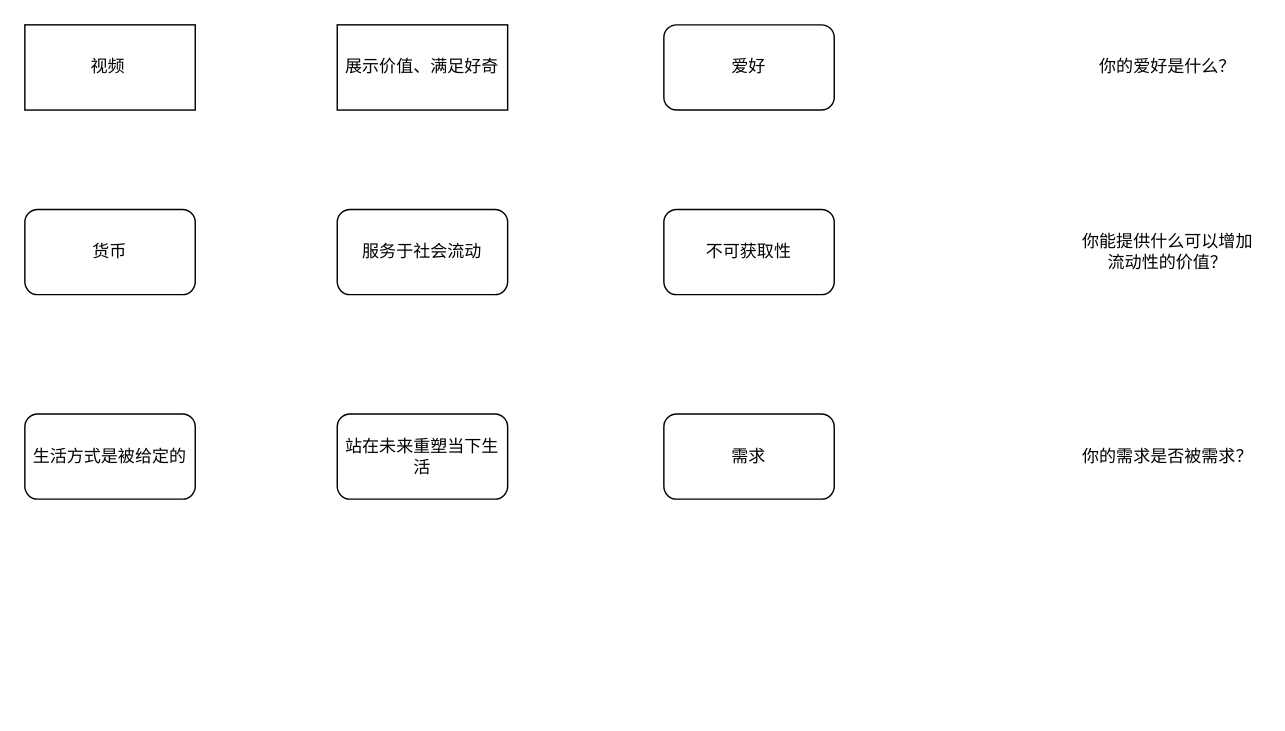
The draw.io diagram 思考.drawio in dds0414/drawio, before the edit. Source tidied: cells renumbered, new cells numbered last; positions are measured from the earlier drawing's top-left corner, leaving out a move shared by most shapes. Both pictures are drawn from the tidied source at 142%, with x=0, y=0 at pixel (24, 24).
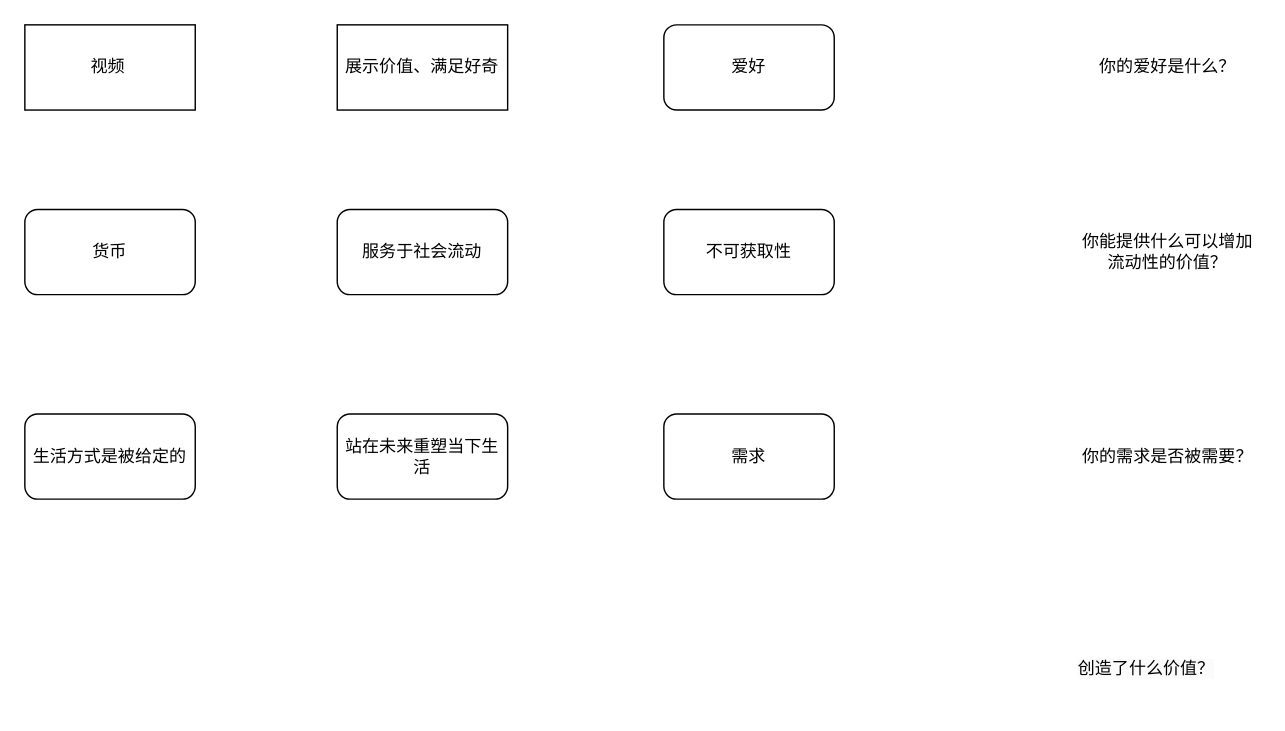
After the change.

The edit, as a diff of the source:
```diff
@@
 <mxGraphModel>
   <root>
     <mxCell id="0" />
     <mxCell id="1" parent="0" />
     <mxCell id="2" value="视频&lt;span style=&quot;white-space: pre;&quot;&gt;&#9;&lt;/span&gt;" style="rounded=0;whiteSpace=wrap;html=1;" parent="1" vertex="1">
       <mxGeometry width="120" height="60" as="geometry" />
     </mxCell>
     <mxCell id="3" value="展示价值、满足好奇" style="rounded=0;whiteSpace=wrap;html=1;" parent="1" vertex="1">
       <mxGeometry x="220" width="120" height="60" as="geometry" />
     </mxCell>
     <mxCell id="4" value="爱好" style="rounded=1;whiteSpace=wrap;html=1;" parent="1" vertex="1">
       <mxGeometry x="450" width="120" height="60" as="geometry" />
     </mxCell>
     <mxCell id="5" value="你的爱好是什么？" style="text;html=1;strokeColor=none;fillColor=none;align=center;verticalAlign=middle;whiteSpace=wrap;rounded=0;" parent="1" vertex="1">
       <mxGeometry x="740" y="15" width="130" height="30" as="geometry" />
     </mxCell>
     <mxCell id="6" value="货币" style="rounded=1;whiteSpace=wrap;html=1;" parent="1" vertex="1">
       <mxGeometry y="130" width="120" height="60" as="geometry" />
     </mxCell>
     <mxCell id="7" value="服务于社会流动" style="rounded=1;whiteSpace=wrap;html=1;" parent="1" vertex="1">
       <mxGeometry x="220" y="130" width="120" height="60" as="geometry" />
     </mxCell>
     <mxCell id="8" value="不可获取性" style="rounded=1;whiteSpace=wrap;html=1;" parent="1" vertex="1">
       <mxGeometry x="450" y="130" width="120" height="60" as="geometry" />
     </mxCell>
     <mxCell id="9" value="你能提供什么可以增加流动性的价值？" style="text;html=1;strokeColor=none;fillColor=none;align=center;verticalAlign=middle;whiteSpace=wrap;rounded=0;" parent="1" vertex="1">
       <mxGeometry x="740" y="145" width="130" height="30" as="geometry" />
     </mxCell>
     <mxCell id="10" value="生活方式是被给定的" style="rounded=1;whiteSpace=wrap;html=1;" parent="1" vertex="1">
       <mxGeometry y="274" width="120" height="60" as="geometry" />
     </mxCell>
     <mxCell id="11" value="站在未来重塑当下生活" style="rounded=1;whiteSpace=wrap;html=1;" parent="1" vertex="1">
       <mxGeometry x="220" y="274" width="120" height="60" as="geometry" />
     </mxCell>
     <mxCell id="12" value="需求" style="rounded=1;whiteSpace=wrap;html=1;" parent="1" vertex="1">
       <mxGeometry x="450" y="274" width="120" height="60" as="geometry" />
     </mxCell>
-    <mxCell id="13" value="你的需求是否被需求？" style="text;html=1;strokeColor=none;fillColor=none;align=center;verticalAlign=middle;whiteSpace=wrap;rounded=0;" parent="1" vertex="1">
+    <mxCell id="13" value="你的需求是否被需要？" style="text;html=1;strokeColor=none;fillColor=none;align=center;verticalAlign=middle;whiteSpace=wrap;rounded=0;" parent="1" vertex="1">
       <mxGeometry x="740" y="289" width="130" height="30" as="geometry" />
     </mxCell>
+    <mxCell id="14" value="&lt;span style=&quot;color: rgb(0, 0, 0); font-family: Helvetica; font-size: 12px; font-style: normal; font-variant-ligatures: normal; font-variant-caps: normal; font-weight: 400; letter-spacing: normal; orphans: 2; text-align: center; text-indent: 0px; text-transform: none; widows: 2; word-spacing: 0px; -webkit-text-stroke-width: 0px; background-color: rgb(251, 251, 251); text-decoration-thickness: initial; text-decoration-style: initial; text-decoration-color: initial; float: none; display: inline !important;&quot;&gt;创造了什么价值？&lt;/span&gt;" style="text;whiteSpace=wrap;html=1;" parent="1" vertex="1">
+      <mxGeometry x="740" y="440" width="130" height="40" as="geometry" />
+    </mxCell>
   </root>
 </mxGraphModel>
```
